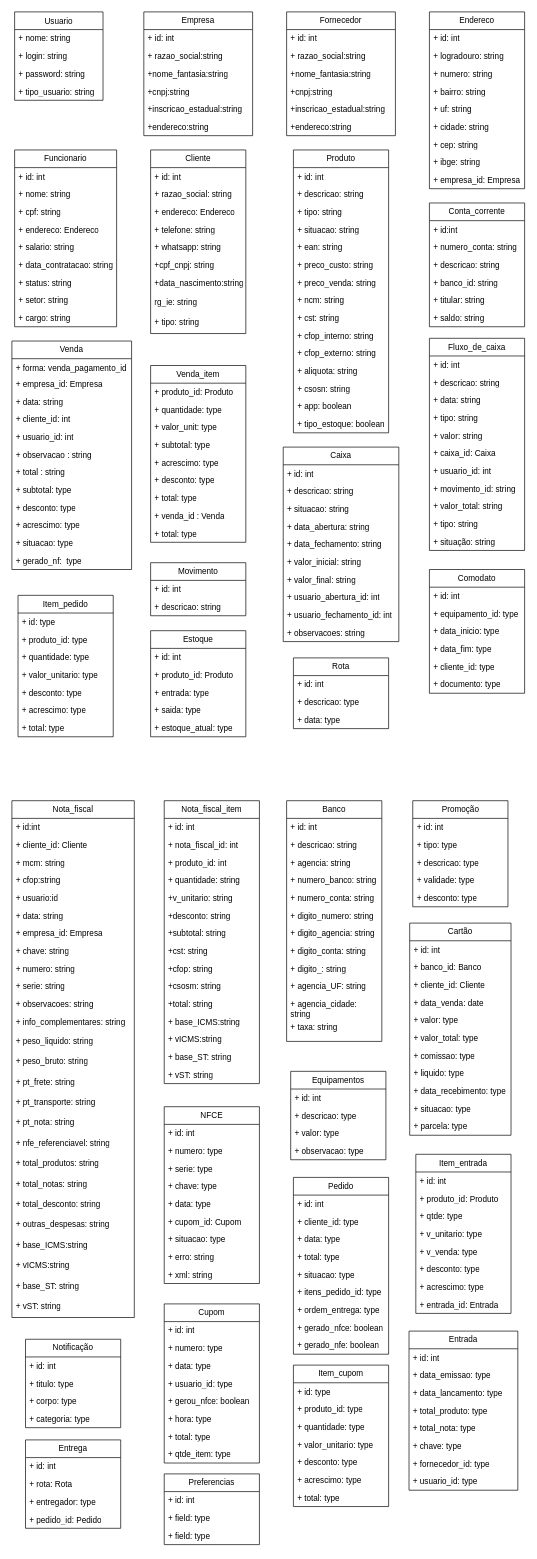
Before: Diagrama sem nome.drawio in FSOFTSistemas/API-classificacao-fiscal, a draw.io diagram. Source tidied: cells renumbered, new cells numbered last; positions are measured from the earlier drawing's top-left corner, leaving out a move shared by most shapes. Both pictures are drawn from the tidied source at 68%, with x=0, y=0 at pixel (12, 12).
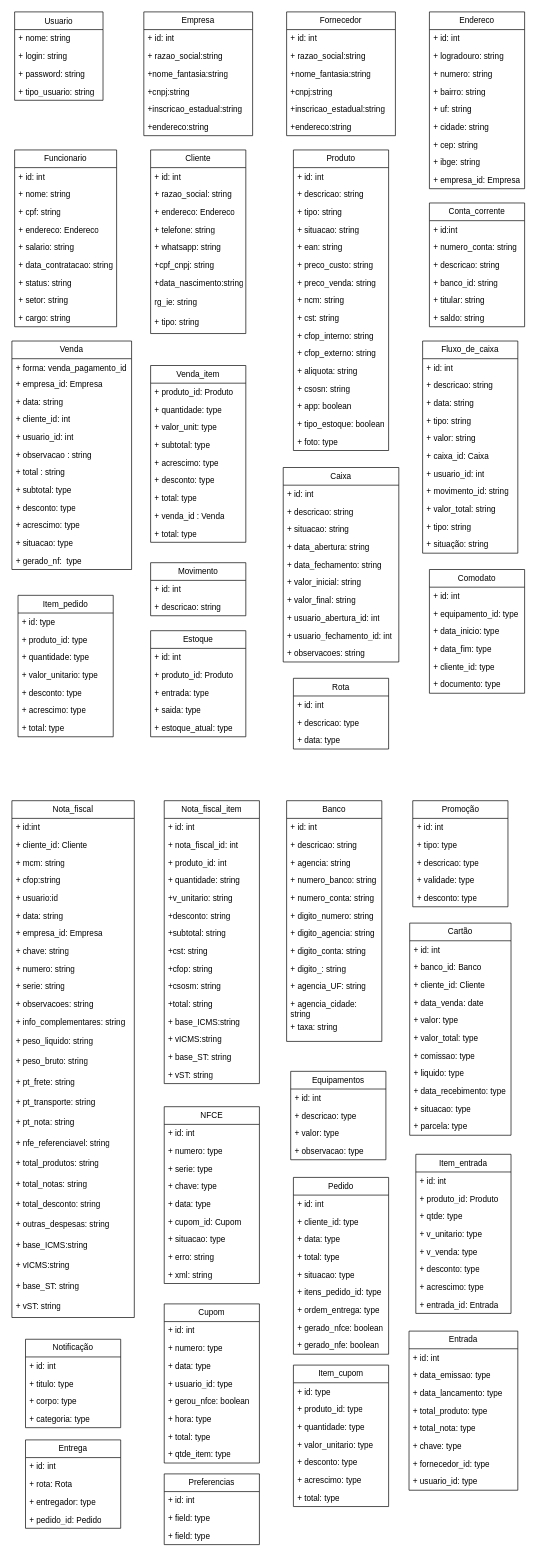
The same diagram, later.

What changed in the source:
```diff
@@
     <mxCell id="79" value="Rota" style="swimlane;fontStyle=0;horizontal=1;startSize=26;fillColor=none;whiteSpace=wrap;html=1;" parent="1" vertex="1">
-      <mxGeometry x="414" y="950" width="140" height="104" as="geometry" />
+      <mxGeometry x="414" y="980" width="140" height="104" as="geometry" />
     </mxCell>
@@
     <mxCell id="106" value="Produto" style="swimlane;fontStyle=0;horizontal=1;startSize=26;fillColor=none;whiteSpace=wrap;html=1;" parent="1" vertex="1">
-      <mxGeometry x="414" y="203" width="140" height="416" as="geometry" />
+      <mxGeometry x="414" y="203" width="140" height="442" as="geometry" />
     </mxCell>
@@
+    <mxCell id="296" value="+ foto: type" style="text;strokeColor=none;fillColor=none;align=left;verticalAlign=top;spacingLeft=4;spacingRight=4;overflow=hidden;whiteSpace=wrap;html=1;" parent="106" vertex="1">
+      <mxGeometry y="416" width="140" height="26" as="geometry" />
+    </mxCell>
@@
     <mxCell id="135" value="Fluxo_de_caixa" style="swimlane;fontStyle=0;horizontal=1;startSize=26;fillColor=none;whiteSpace=wrap;html=1;" parent="1" vertex="1">
-      <mxGeometry x="614" y="480" width="140" height="312" as="geometry" />
+      <mxGeometry x="604" y="484" width="140" height="312" as="geometry" />
     </mxCell>
@@
     <mxCell id="174" value="Caixa" style="swimlane;fontStyle=0;horizontal=1;startSize=26;fillColor=none;whiteSpace=wrap;html=1;" parent="1" vertex="1">
-      <mxGeometry x="399" y="640" width="170" height="286" as="geometry" />
+      <mxGeometry x="399" y="670" width="170" height="286" as="geometry" />
     </mxCell>
```
